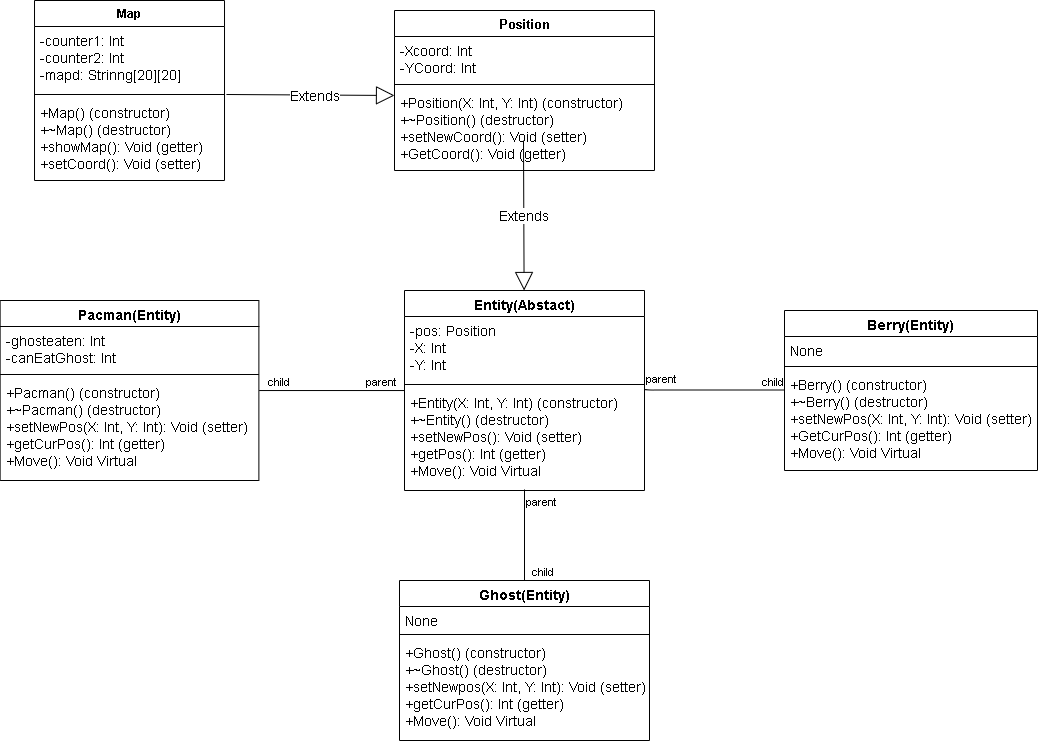
Cyrof/C---project keeps this draw.io diagram as pacman/Erd for pacman c++.png. Above is the earlier version. Source tidied: cells renumbered, new cells last; positions are measured from the earlier drawing's top-left corner, leaving out a move shared by most shapes. Source of this version:
```xml
<mxGraphModel>
  <root>
    <mxCell id="0" />
    <mxCell id="1" parent="0" />
    <mxCell id="2" value="Map" style="swimlane;fontStyle=1;align=center;verticalAlign=top;horizontal=1;startSize=26;" parent="1" vertex="1">
      <mxGeometry x="34" width="190" height="180" as="geometry" />
    </mxCell>
    <mxCell id="3" value="-counter1: Int &#10;-counter2: Int&#10;-mapd: Strinng[20][20]" style="text;strokeColor=none;fillColor=none;align=left;verticalAlign=top;spacingLeft=4;spacingRight=4;overflow=hidden;points=[[0,0.5],[1,0.5]];portConstraint=eastwest;fontSize=14;" parent="2" vertex="1">
      <mxGeometry y="26" width="190" height="64" as="geometry" />
    </mxCell>
    <mxCell id="4" style="line;strokeWidth=1;fillColor=none;align=left;verticalAlign=middle;spacingTop=-1;spacingLeft=3;spacingRight=3;labelPosition=right;points=[];portConstraint=eastwest;" parent="2" vertex="1">
      <mxGeometry y="90" width="190" height="8" as="geometry" />
    </mxCell>
    <mxCell id="5" value="+Map() (constructor)&#10;+~Map() (destructor)&#10;+showMap(): Void (getter)&#10;+setCoord(): Void (setter)" style="text;strokeColor=none;fillColor=none;align=left;verticalAlign=top;spacingLeft=4;spacingRight=4;overflow=hidden;fontSize=14;" parent="2" vertex="1">
      <mxGeometry y="98" width="190" height="82" as="geometry" />
    </mxCell>
    <mxCell id="6" value="Position" style="swimlane;fontStyle=1;align=center;verticalAlign=top;horizontal=1;startSize=26;fontSize=13;" parent="1" vertex="1">
      <mxGeometry x="394" y="10" width="260" height="160" as="geometry" />
    </mxCell>
    <mxCell id="7" value="-Xcoord: Int&#10;-YCoord: Int" style="text;strokeColor=none;fillColor=none;align=left;verticalAlign=top;spacingLeft=4;spacingRight=4;overflow=hidden;fontSize=14;" parent="6" vertex="1">
      <mxGeometry y="26" width="260" height="44" as="geometry" />
    </mxCell>
    <mxCell id="8" style="line;strokeWidth=1;fillColor=none;align=left;verticalAlign=middle;spacingTop=-1;spacingLeft=3;spacingRight=3;labelPosition=right;" parent="6" vertex="1">
      <mxGeometry y="70" width="260" height="8" as="geometry" />
    </mxCell>
    <mxCell id="9" value="+Position(X: Int, Y: Int) (constructor)&#10;+~Position() (destructor)&#10;+setNewCoord(): Void (setter)&#10;+GetCoord(): Void (getter)" style="text;strokeColor=none;fillColor=none;align=left;verticalAlign=top;spacingLeft=4;spacingRight=4;overflow=hidden;points=[[0,0.5],[1,0.5]];portConstraint=eastwest;fontSize=14;" parent="6" vertex="1">
      <mxGeometry y="78" width="260" height="82" as="geometry" />
    </mxCell>
    <mxCell id="10" value="Entity(Abstact)" style="swimlane;fontStyle=1;align=center;verticalAlign=top;horizontal=1;startSize=26;fontSize=14;" parent="1" vertex="1">
      <mxGeometry x="404" y="290" width="240" height="200" as="geometry" />
    </mxCell>
    <mxCell id="11" value="-pos: Position&#10;-X: Int&#10;-Y: Int" style="text;strokeColor=none;fillColor=none;align=left;verticalAlign=top;spacingLeft=4;spacingRight=4;overflow=hidden;fontSize=14;" parent="10" vertex="1">
      <mxGeometry y="26" width="240" height="64" as="geometry" />
    </mxCell>
    <mxCell id="12" style="line;strokeWidth=1;fillColor=none;align=left;verticalAlign=middle;spacingTop=-1;spacingLeft=3;spacingRight=3;labelPosition=right;" parent="10" vertex="1">
      <mxGeometry y="90" width="240" height="8" as="geometry" />
    </mxCell>
    <mxCell id="13" value="+Entity(X: Int, Y: Int) (constructor)&#10;+~Entity() (destructor)&#10;+setNewPos(): Void (setter)&#10;+getPos(): Int (getter)&#10;+Move(): Void Virtual&#10;" style="text;strokeColor=none;fillColor=none;align=left;verticalAlign=top;spacingLeft=4;spacingRight=4;overflow=hidden;points=[[0,0.5],[1,0.5]];portConstraint=eastwest;fontSize=14;" parent="10" vertex="1">
      <mxGeometry y="98" width="240" height="102" as="geometry" />
    </mxCell>
    <mxCell id="14" value="Pacman(Entity)" style="swimlane;fontStyle=1;align=center;verticalAlign=top;horizontal=1;startSize=26;fontSize=14;" parent="1" vertex="1">
      <mxGeometry x="-0.4" y="300" width="258.8" height="180" as="geometry" />
    </mxCell>
    <mxCell id="15" value="-ghosteaten: Int&#10;-canEatGhost: Int" style="text;strokeColor=none;fillColor=none;align=left;verticalAlign=top;spacingLeft=4;spacingRight=4;overflow=hidden;fontSize=14;" parent="14" vertex="1">
      <mxGeometry y="26" width="258.8" height="44" as="geometry" />
    </mxCell>
    <mxCell id="16" style="line;strokeWidth=1;fillColor=none;align=left;verticalAlign=middle;spacingTop=-1;spacingLeft=3;spacingRight=3;labelPosition=right;" parent="14" vertex="1">
      <mxGeometry y="70" width="258.8" height="8" as="geometry" />
    </mxCell>
    <mxCell id="17" value="+Pacman() (constructor)&#10;+~Pacman() (destructor)&#10;+setNewPos(X: Int, Y: Int): Void (setter)&#10;+getCurPos(): Int (getter)&#10;+Move(): Void Virtual" style="text;strokeColor=none;fillColor=none;align=left;verticalAlign=top;spacingLeft=4;spacingRight=4;overflow=hidden;points=[[0,0.5],[1,0.5]];portConstraint=eastwest;fontSize=14;" parent="14" vertex="1">
      <mxGeometry y="78" width="258.8" height="102" as="geometry" />
    </mxCell>
    <mxCell id="18" value="Ghost(Entity)" style="swimlane;fontStyle=1;align=center;verticalAlign=top;horizontal=1;startSize=26;fontSize=14;" parent="1" vertex="1">
      <mxGeometry x="399" y="580" width="250" height="160" as="geometry" />
    </mxCell>
    <mxCell id="19" value="None" style="text;strokeColor=none;fillColor=none;align=left;verticalAlign=top;spacingLeft=4;spacingRight=4;overflow=hidden;fontSize=14;" parent="18" vertex="1">
      <mxGeometry y="26" width="250" height="24" as="geometry" />
    </mxCell>
    <mxCell id="20" style="line;strokeWidth=1;fillColor=none;align=left;verticalAlign=middle;spacingTop=-1;spacingLeft=3;spacingRight=3;labelPosition=right;" parent="18" vertex="1">
      <mxGeometry y="50" width="250" height="8" as="geometry" />
    </mxCell>
    <mxCell id="21" value="+Ghost() (constructor)&#10;+~Ghost() (destructor)&#10;+setNewpos(X: Int, Y: Int): Void (setter)&#10;+getCurPos(): Int (getter)&#10;+Move(): Void Virtual" style="text;strokeColor=none;fillColor=none;align=left;verticalAlign=top;spacingLeft=4;spacingRight=4;overflow=hidden;fontSize=14;" parent="18" vertex="1">
      <mxGeometry y="58" width="250" height="102" as="geometry" />
    </mxCell>
    <mxCell id="22" value="Berry(Entity)" style="swimlane;fontStyle=1;align=center;verticalAlign=top;horizontal=1;startSize=26;fontSize=14;" parent="1" vertex="1">
      <mxGeometry x="784" y="310" width="253" height="160" as="geometry" />
    </mxCell>
    <mxCell id="23" value="None&#10;" style="text;strokeColor=none;fillColor=none;align=left;verticalAlign=top;spacingLeft=4;spacingRight=4;overflow=hidden;fontSize=14;" parent="22" vertex="1">
      <mxGeometry y="26" width="253" height="26" as="geometry" />
    </mxCell>
    <mxCell id="24" style="line;strokeWidth=1;fillColor=none;align=left;verticalAlign=middle;spacingTop=-1;spacingLeft=3;spacingRight=3;labelPosition=right;" parent="22" vertex="1">
      <mxGeometry y="52" width="253" height="8" as="geometry" />
    </mxCell>
    <mxCell id="25" value="+Berry() (constructor)&#10;+~Berry() (destructor)&#10;+setNewPos(X: Int, Y: Int): Void (setter)&#10;+GetCurPos(): Int (getter)&#10;+Move(): Void Virtual" style="text;strokeColor=none;fillColor=none;align=left;verticalAlign=top;spacingLeft=4;spacingRight=4;overflow=hidden;points=[[0,0.5],[1,0.5]];portConstraint=eastwest;fontSize=14;" parent="22" vertex="1">
      <mxGeometry y="60" width="253" height="100" as="geometry" />
    </mxCell>
    <mxCell id="26" style="endArrow=none;html=1;edgeStyle=orthogonalEdgeStyle;fontSize=14;exitX=1;exitY=-0.01;exitDx=0;exitDy=0;exitPerimeter=0;entryX=0;entryY=0.195;entryDx=0;entryDy=0;entryPerimeter=0;" parent="1" edge="1" source="13" target="25">
      <mxGeometry relative="1" as="geometry">
        <Array as="points">
          <mxPoint x="644" y="390" />
        </Array>
      </mxGeometry>
    </mxCell>
    <mxCell id="27" value="parent" style="edgeLabel;html=1;align=left;verticalAlign=bottom;" parent="26" vertex="1">
      <mxGeometry x="-1" relative="1" as="geometry" />
    </mxCell>
    <mxCell id="28" value="child" style="edgeLabel;html=1;align=right;verticalAlign=bottom;" parent="26" vertex="1">
      <mxGeometry x="1" relative="1" as="geometry" />
    </mxCell>
    <mxCell id="29" style="endArrow=none;html=1;edgeStyle=orthogonalEdgeStyle;fontSize=14;" parent="1" edge="1" target="18">
      <mxGeometry relative="1" as="geometry">
        <mxPoint x="524" y="489" as="sourcePoint" />
      </mxGeometry>
    </mxCell>
    <mxCell id="30" value="parent" style="edgeLabel;html=1;align=left;verticalAlign=bottom;" parent="29" vertex="1">
      <mxGeometry x="-1" relative="1" as="geometry">
        <mxPoint y="21" as="offset" />
      </mxGeometry>
    </mxCell>
    <mxCell id="31" value="child" style="edgeLabel;html=1;align=right;verticalAlign=bottom;" parent="29" vertex="1">
      <mxGeometry x="1" relative="1" as="geometry">
        <mxPoint x="30" as="offset" />
      </mxGeometry>
    </mxCell>
    <mxCell id="32" style="endArrow=none;html=1;edgeStyle=orthogonalEdgeStyle;fontSize=14;exitX=0;exitY=0.02;exitDx=0;exitDy=0;exitPerimeter=0;entryX=1.001;entryY=0.118;entryDx=0;entryDy=0;entryPerimeter=0;" parent="1" edge="1" source="13" target="17">
      <mxGeometry relative="1" as="geometry" />
    </mxCell>
    <mxCell id="33" value="parent" style="edgeLabel;html=1;align=left;verticalAlign=bottom;" parent="32" vertex="1">
      <mxGeometry x="-1" relative="1" as="geometry">
        <mxPoint x="-40" as="offset" />
      </mxGeometry>
    </mxCell>
    <mxCell id="34" value="child" style="edgeLabel;html=1;align=right;verticalAlign=bottom;" parent="32" vertex="1">
      <mxGeometry x="1" relative="1" as="geometry">
        <mxPoint x="31" as="offset" />
      </mxGeometry>
    </mxCell>
    <mxCell id="35" value="Extends" style="endArrow=block;endSize=16;endFill=0;html=1;fontSize=14;" parent="1" edge="1" target="10">
      <mxGeometry relative="1" as="geometry">
        <mxPoint x="523" y="140" as="sourcePoint" />
      </mxGeometry>
    </mxCell>
    <mxCell id="36" value="Extends" style="endArrow=block;endSize=16;endFill=0;html=1;fontSize=14;entryX=0;entryY=0.085;entryDx=0;entryDy=0;entryPerimeter=0;exitX=1.01;exitY=0.5;exitDx=0;exitDy=0;exitPerimeter=0;" parent="1" edge="1" source="4" target="9">
      <mxGeometry x="0.05" relative="1" as="geometry" />
    </mxCell>
  </root>
</mxGraphModel>
```
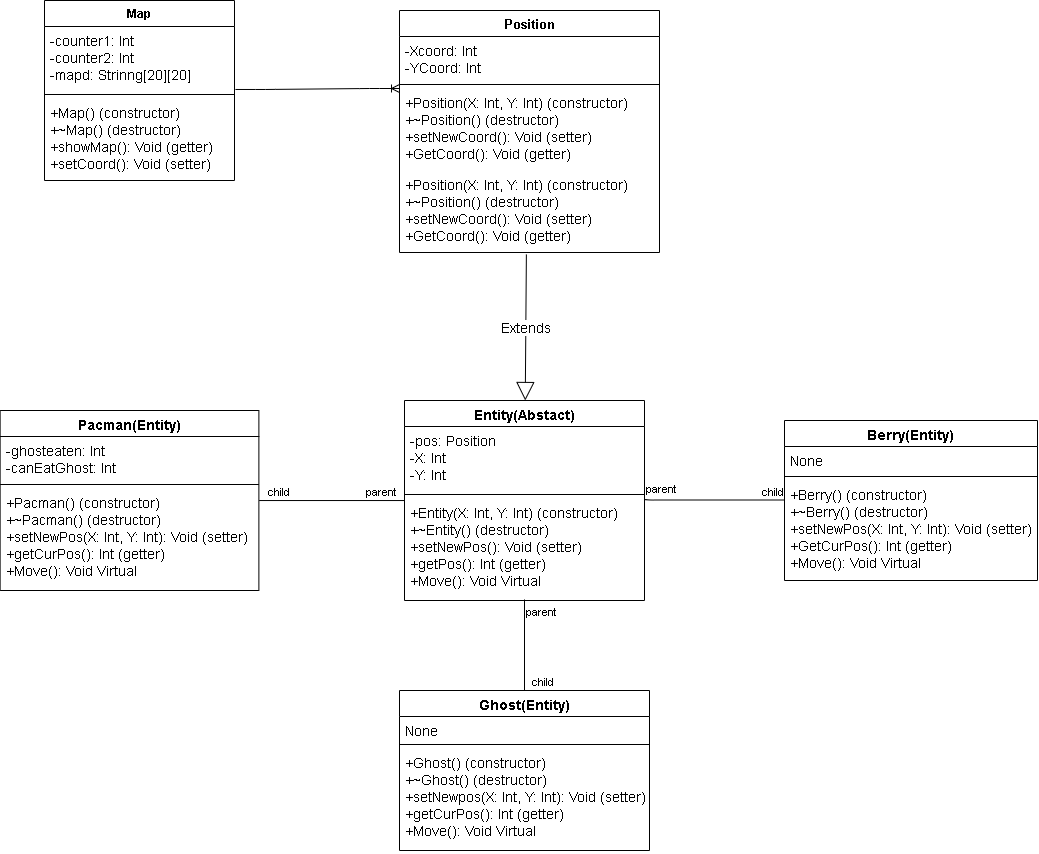
After the change.

What changed in the source:
```diff
@@ -3,7 +3,7 @@
     <mxCell id="0" />
     <mxCell id="1" parent="0" />
     <mxCell id="2" value="Map" style="swimlane;fontStyle=1;align=center;verticalAlign=top;horizontal=1;startSize=26;" parent="1" vertex="1">
-      <mxGeometry x="34" width="190" height="180" as="geometry" />
+      <mxGeometry x="44" y="-110" width="190" height="180" as="geometry" />
     </mxCell>
     <mxCell id="3" value="-counter1: Int &#10;-counter2: Int&#10;-mapd: Strinng[20][20]" style="text;strokeColor=none;fillColor=none;align=left;verticalAlign=top;spacingLeft=4;spacingRight=4;overflow=hidden;points=[[0,0.5],[1,0.5]];portConstraint=eastwest;fontSize=14;" parent="2" vertex="1">
       <mxGeometry y="26" width="190" height="64" as="geometry" />
@@ -15,7 +15,7 @@
       <mxGeometry y="98" width="190" height="82" as="geometry" />
     </mxCell>
     <mxCell id="6" value="Position" style="swimlane;fontStyle=1;align=center;verticalAlign=top;horizontal=1;startSize=26;fontSize=13;" parent="1" vertex="1">
-      <mxGeometry x="394" y="10" width="260" height="160" as="geometry" />
+      <mxGeometry x="399" y="-100" width="260" height="242" as="geometry" />
     </mxCell>
     <mxCell id="7" value="-Xcoord: Int&#10;-YCoord: Int" style="text;strokeColor=none;fillColor=none;align=left;verticalAlign=top;spacingLeft=4;spacingRight=4;overflow=hidden;fontSize=14;" parent="6" vertex="1">
       <mxGeometry y="26" width="260" height="44" as="geometry" />
@@ -23,8 +23,11 @@
     <mxCell id="8" style="line;strokeWidth=1;fillColor=none;align=left;verticalAlign=middle;spacingTop=-1;spacingLeft=3;spacingRight=3;labelPosition=right;" parent="6" vertex="1">
       <mxGeometry y="70" width="260" height="8" as="geometry" />
     </mxCell>
+    <mxCell id="37" value="+Position(X: Int, Y: Int) (constructor)&#10;+~Position() (destructor)&#10;+setNewCoord(): Void (setter)&#10;+GetCoord(): Void (getter)" style="text;strokeColor=none;fillColor=none;align=left;verticalAlign=top;spacingLeft=4;spacingRight=4;overflow=hidden;points=[[0,0.5],[1,0.5]];portConstraint=eastwest;fontSize=14;" parent="6" vertex="1">
+      <mxGeometry y="78" width="260" height="82" as="geometry" />
+    </mxCell>
     <mxCell id="9" value="+Position(X: Int, Y: Int) (constructor)&#10;+~Position() (destructor)&#10;+setNewCoord(): Void (setter)&#10;+GetCoord(): Void (getter)" style="text;strokeColor=none;fillColor=none;align=left;verticalAlign=top;spacingLeft=4;spacingRight=4;overflow=hidden;points=[[0,0.5],[1,0.5]];portConstraint=eastwest;fontSize=14;" parent="6" vertex="1">
-      <mxGeometry y="78" width="260" height="82" as="geometry" />
+      <mxGeometry y="160" width="260" height="82" as="geometry" />
     </mxCell>
     <mxCell id="10" value="Entity(Abstact)" style="swimlane;fontStyle=1;align=center;verticalAlign=top;horizontal=1;startSize=26;fontSize=14;" parent="1" vertex="1">
       <mxGeometry x="404" y="290" width="240" height="200" as="geometry" />
@@ -115,13 +118,11 @@
         <mxPoint x="31" as="offset" />
       </mxGeometry>
     </mxCell>
-    <mxCell id="35" value="Extends" style="endArrow=block;endSize=16;endFill=0;html=1;fontSize=14;" parent="1" edge="1" target="10">
-      <mxGeometry relative="1" as="geometry">
-        <mxPoint x="523" y="140" as="sourcePoint" />
-      </mxGeometry>
+    <mxCell id="35" value="Extends" style="endArrow=block;endSize=16;endFill=0;html=1;fontSize=14;exitX=0.488;exitY=1.024;exitDx=0;exitDy=0;exitPerimeter=0;" parent="1" edge="1" source="9" target="10">
+      <mxGeometry relative="1" as="geometry" />
     </mxCell>
-    <mxCell id="36" value="Extends" style="endArrow=block;endSize=16;endFill=0;html=1;fontSize=14;entryX=0;entryY=0.085;entryDx=0;entryDy=0;entryPerimeter=0;exitX=1.01;exitY=0.5;exitDx=0;exitDy=0;exitPerimeter=0;" parent="1" edge="1" source="4" target="9">
-      <mxGeometry x="0.05" relative="1" as="geometry" />
-    </mxCell>
+    <mxCell id="38" style="edgeStyle=entityRelationEdgeStyle;fontSize=12;html=1;endArrow=ERoneToMany;entryX=0;entryY=0;entryDx=0;entryDy=0;entryPerimeter=0;exitX=1.005;exitY=0.984;exitDx=0;exitDy=0;exitPerimeter=0;" parent="1" edge="1" source="3" target="37">
+      <mxGeometry relative="1" as="geometry" />
+    </mxCell>
   </root>
 </mxGraphModel>
```
